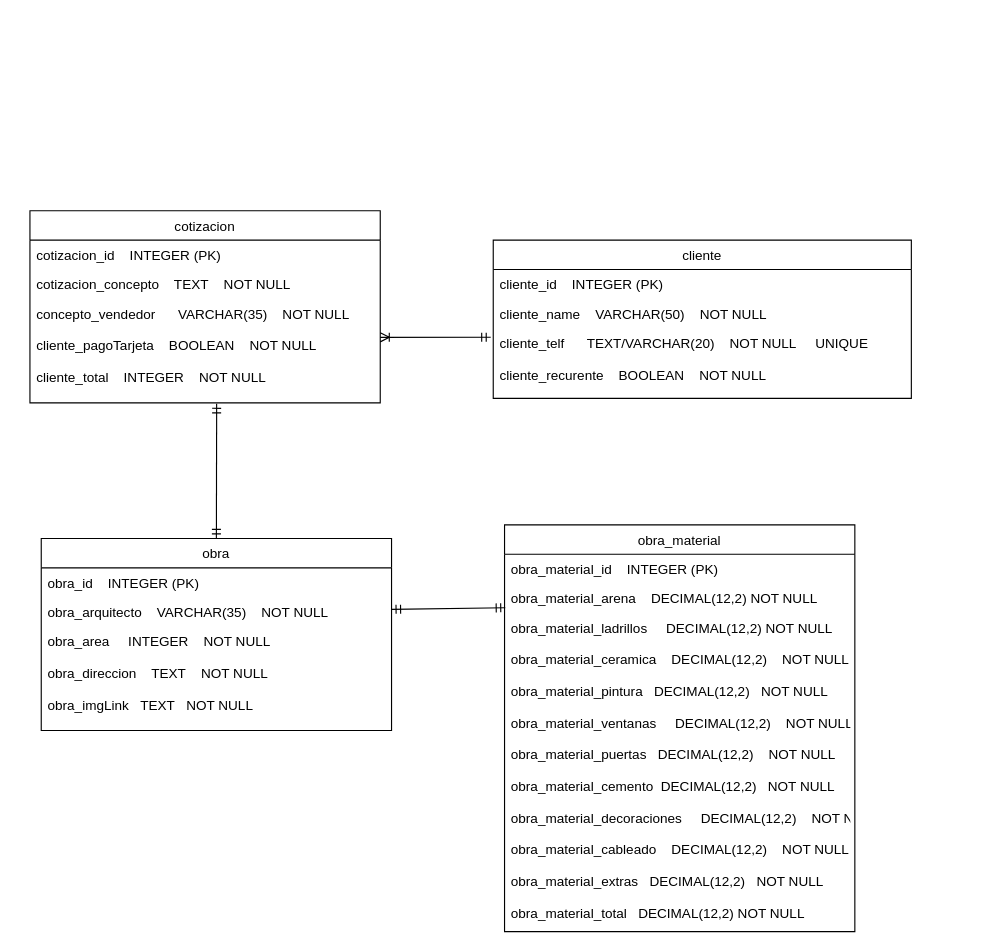
Above: diagramas/bd_co_arqui.drawio in JMaycol-Valencia/cotizacion_arquitecto (draw.io), before the change. Source tidied: cells renumbered, new cells numbered last; positions are measured from the earlier drawing's top-left corner, leaving out a move shared by most shapes. Both pictures are drawn from the tidied source at 113%, with x=0, y=0 at pixel (29, 210).
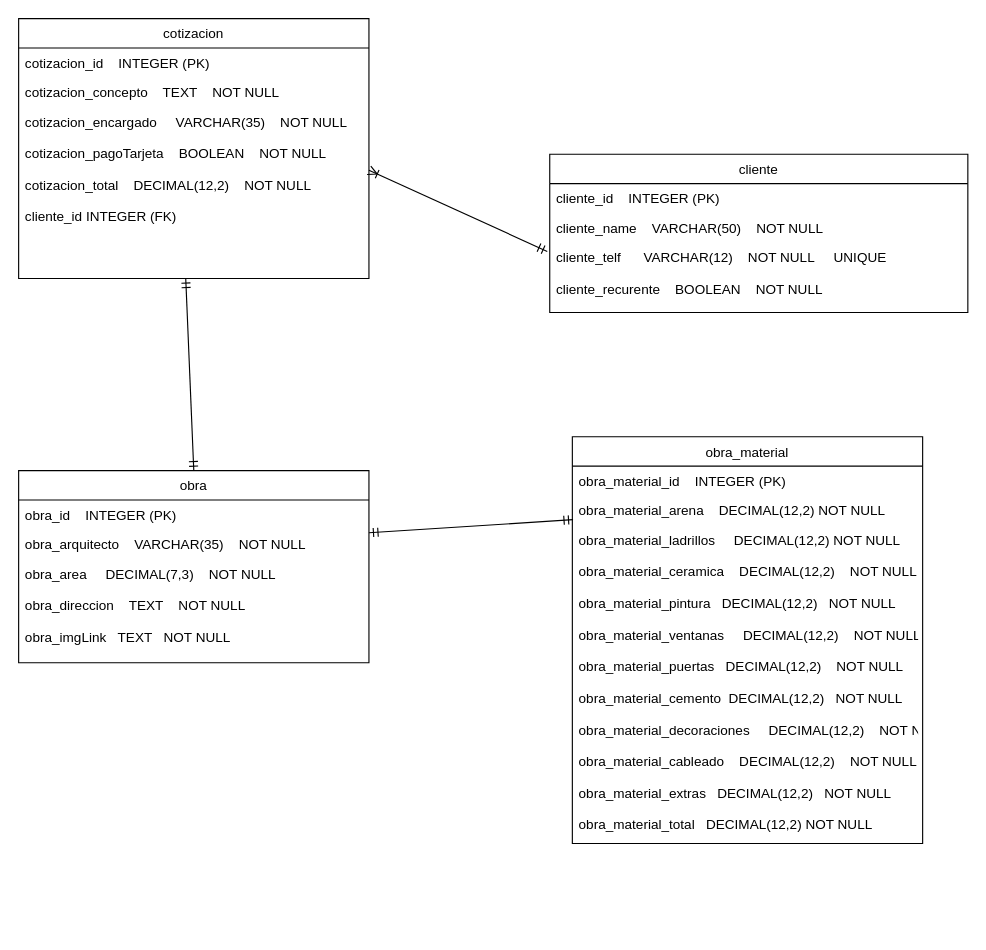
Above is the later version.

Commit message:
ultimando_detalles

Change to the diagram source:
```diff
@@
     <mxCell id="2" value="cliente" style="swimlane;fontStyle=0;horizontal=1;startSize=26;fillColor=none;" parent="1" vertex="1">
-      <mxGeometry x="410" y="26" width="370" height="140" as="geometry" />
+      <mxGeometry x="460" y="-50" width="370" height="140" as="geometry" />
     </mxCell>
@@
-    <mxCell id="5" value="cliente_telf      TEXT/VARCHAR(20)    NOT NULL     UNIQUE&#10;&#10;cliente_recurente    BOOLEAN    NOT NULL&#10;&#10;&#10;" style="text;strokeColor=none;fillColor=none;align=left;verticalAlign=top;spacingLeft=4;spacingRight=4;overflow=hidden;points=[[0,0.5],[1,0.5]];portConstraint=eastwest;" parent="2" vertex="1">
+    <mxCell id="5" value="cliente_telf      VARCHAR(12)    NOT NULL     UNIQUE&#10;&#10;cliente_recurente    BOOLEAN    NOT NULL&#10;&#10;&#10;" style="text;strokeColor=none;fillColor=none;align=left;verticalAlign=top;spacingLeft=4;spacingRight=4;overflow=hidden;points=[[0,0.5],[1,0.5]];portConstraint=eastwest;" parent="2" vertex="1">
       <mxGeometry y="78" width="370" height="62" as="geometry" />
     </mxCell>
     <mxCell id="6" value="cotizacion" style="swimlane;fontStyle=0;horizontal=1;startSize=26;fillColor=none;" parent="1" vertex="1">
-      <mxGeometry width="310" height="170" as="geometry" />
+      <mxGeometry x="-10" y="-170" width="310" height="230" as="geometry" />
     </mxCell>
@@
-    <mxCell id="9" value="concepto_vendedor      VARCHAR(35)    NOT NULL&#10;&#10;cliente_pagoTarjeta    BOOLEAN    NOT NULL&#10;&#10;cliente_total    INTEGER    NOT NULL&#10;&#10;&#10;" style="text;strokeColor=none;fillColor=none;align=left;verticalAlign=top;spacingLeft=4;spacingRight=4;overflow=hidden;points=[[0,0.5],[1,0.5]];portConstraint=eastwest;" parent="6" vertex="1">
-      <mxGeometry y="78" width="310" height="92" as="geometry" />
+    <mxCell id="9" value="cotizacion_encargado     VARCHAR(35)    NOT NULL&#10;&#10;cotizacion_pagoTarjeta    BOOLEAN    NOT NULL&#10;&#10;cotizacion_total    DECIMAL(12,2)    NOT NULL&#10;&#10;cliente_id INTEGER (FK)&#10;" style="text;strokeColor=none;fillColor=none;align=left;verticalAlign=top;spacingLeft=4;spacingRight=4;overflow=hidden;points=[[0,0.5],[1,0.5]];portConstraint=eastwest;" parent="6" vertex="1">
+      <mxGeometry y="78" width="310" height="152" as="geometry" />
     </mxCell>
     <mxCell id="10" value="obra" style="swimlane;fontStyle=0;horizontal=1;startSize=26;fillColor=none;" parent="1" vertex="1">
-      <mxGeometry x="10" y="290" width="310" height="170" as="geometry" />
+      <mxGeometry x="-10" y="230" width="310" height="170" as="geometry" />
     </mxCell>
@@
-    <mxCell id="13" value="obra_area     INTEGER    NOT NULL&#10;&#10;obra_direccion    TEXT    NOT NULL&#10;&#10;obra_imgLink   TEXT   NOT NULL&#10;&#10;&#10;" style="text;strokeColor=none;fillColor=none;align=left;verticalAlign=top;spacingLeft=4;spacingRight=4;overflow=hidden;" parent="10" vertex="1">
+    <mxCell id="13" value="obra_area     DECIMAL(7,3)    NOT NULL&#10;&#10;obra_direccion    TEXT    NOT NULL&#10;&#10;obra_imgLink   TEXT   NOT NULL&#10;&#10;&#10;" style="text;strokeColor=none;fillColor=none;align=left;verticalAlign=top;spacingLeft=4;spacingRight=4;overflow=hidden;" parent="10" vertex="1">
       <mxGeometry y="78" width="310" height="92" as="geometry" />
     </mxCell>
     <mxCell id="14" value="obra_material" style="swimlane;fontStyle=0;horizontal=1;startSize=26;fillColor=none;" parent="1" vertex="1">
-      <mxGeometry x="420" y="278" width="310" height="360" as="geometry" />
+      <mxGeometry x="480" y="200" width="310" height="360" as="geometry" />
     </mxCell>
@@
-    <mxCell id="18" style="fontSize=12;html=1;endArrow=ERmandOne;startArrow=ERmandOne;entryX=0.5;entryY=0;entryDx=0;entryDy=0;exitX=0.533;exitY=1.009;exitDx=0;exitDy=0;exitPerimeter=0;" parent="1" edge="1" source="9" target="10">
+    <mxCell id="18" style="fontSize=12;html=1;endArrow=ERmandOne;startArrow=ERmandOne;entryX=0.5;entryY=0;entryDx=0;entryDy=0;exitX=0.477;exitY=1;exitDx=0;exitDy=0;exitPerimeter=0;" parent="1" edge="1" source="9" target="10">
       <mxGeometry relative="1" as="geometry" />
     </mxCell>
```
